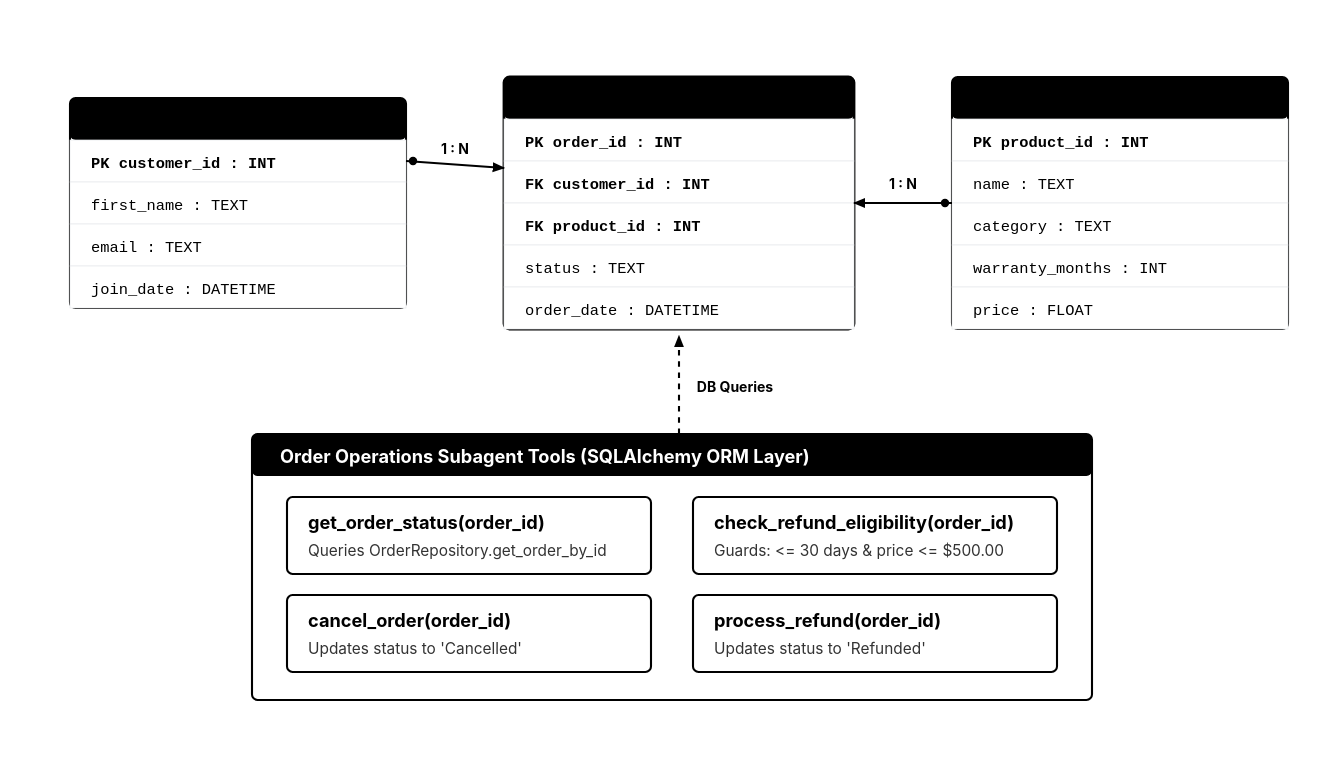
MdSamiulHaque/Multi-Agent-AI-Helpdesk keeps this draw.io diagram as static/database_schema.drawio.svg. Above is the earlier version. Source tidied: cells renumbered, new cells last; positions are measured from the earlier drawing's top-left corner, leaving out a move shared by most shapes.
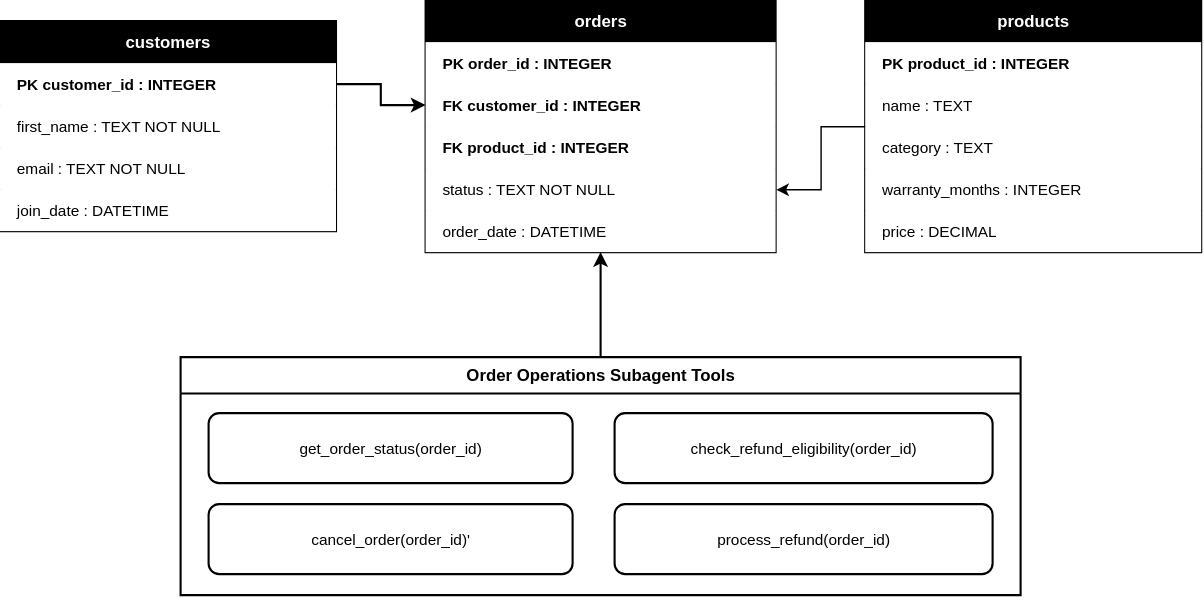
The same diagram one commit later.

What changed in the source:
```diff
@@ -2,80 +2,80 @@
   <root>
     <mxCell id="0" />
     <mxCell id="1" parent="0" />
-    <mxCell id="2" value="&lt;b&gt;customers&lt;/b&gt;" style="swimlane;fontStyle=0;horizontal=1;startSize=30;whiteSpace=wrap;html=1;fillColor=#000000;strokeColor=#000000;strokeWidth=1.5;fontColor=#ffffff;" parent="1" vertex="1">
-      <mxGeometry y="15" width="240" height="150" as="geometry" />
+    <mxCell id="2" value="&lt;b&gt;customers&lt;/b&gt;" style="swimlane;fontStyle=0;horizontal=1;startSize=30;whiteSpace=wrap;html=1;fillColor=#000000;strokeColor=#000000;strokeWidth=1.5;fontColor=#ffffff;fontFamily=Helvetica;" parent="1" vertex="1">
+      <mxGeometry x="340" y="43" width="240" height="150" as="geometry" />
     </mxCell>
-    <mxCell id="3" value="PK  customer_id : INTEGER" style="text;strokeColor=none;fillColor=#ffffff;align=left;verticalAlign=middle;spacingLeft=10;fontStyle=1;fontFamily=Courier New;fontSize=11;fontColor=#000000;" parent="2" vertex="1">
+    <mxCell id="3" value="PK  customer_id : INTEGER" style="text;strokeColor=none;fillColor=#ffffff;align=left;verticalAlign=middle;spacingLeft=10;fontStyle=1;fontFamily=Helvetica;fontSize=11;fontColor=#000000;" parent="2" vertex="1">
       <mxGeometry y="30" width="240" height="30" as="geometry" />
     </mxCell>
-    <mxCell id="4" value="    first_name  : TEXT NOT NULL" style="text;strokeColor=none;fillColor=#ffffff;align=left;verticalAlign=middle;spacingLeft=10;fontFamily=Courier New;fontSize=11;fontColor=#000000;" parent="2" vertex="1">
+    <mxCell id="4" value="    first_name  : TEXT NOT NULL" style="text;strokeColor=none;fillColor=#ffffff;align=left;verticalAlign=middle;spacingLeft=10;fontFamily=Helvetica;fontSize=11;fontColor=#000000;" parent="2" vertex="1">
       <mxGeometry y="60" width="240" height="30" as="geometry" />
     </mxCell>
-    <mxCell id="5" value="    email       : TEXT NOT NULL" style="text;strokeColor=none;fillColor=#ffffff;align=left;verticalAlign=middle;spacingLeft=10;fontFamily=Courier New;fontSize=11;fontColor=#000000;" parent="2" vertex="1">
+    <mxCell id="5" value="    email       : TEXT NOT NULL" style="text;strokeColor=none;fillColor=#ffffff;align=left;verticalAlign=middle;spacingLeft=10;fontFamily=Helvetica;fontSize=11;fontColor=#000000;" parent="2" vertex="1">
       <mxGeometry y="90" width="240" height="30" as="geometry" />
     </mxCell>
-    <mxCell id="6" value="    join_date   : DATETIME" style="text;strokeColor=none;fillColor=#ffffff;align=left;verticalAlign=middle;spacingLeft=10;fontFamily=Courier New;fontSize=11;fontColor=#000000;" parent="2" vertex="1">
+    <mxCell id="6" value="    join_date   : DATETIME" style="text;strokeColor=none;fillColor=#ffffff;align=left;verticalAlign=middle;spacingLeft=10;fontFamily=Helvetica;fontSize=11;fontColor=#000000;" parent="2" vertex="1">
       <mxGeometry y="120" width="240" height="30" as="geometry" />
     </mxCell>
-    <mxCell id="7" value="&lt;b&gt;orders&lt;/b&gt;" style="swimlane;fontStyle=0;horizontal=1;startSize=30;whiteSpace=wrap;html=1;fillColor=#000000;strokeColor=#000000;strokeWidth=1.5;fontColor=#ffffff;" parent="1" vertex="1">
-      <mxGeometry x="310" width="250" height="180" as="geometry" />
+    <mxCell id="7" value="&lt;b&gt;orders&lt;/b&gt;" style="swimlane;fontStyle=0;horizontal=1;startSize=30;whiteSpace=wrap;html=1;fillColor=#000000;strokeColor=#000000;strokeWidth=1.5;fontColor=#ffffff;fontFamily=Helvetica;" parent="1" vertex="1">
+      <mxGeometry x="644" y="28" width="250" height="180" as="geometry" />
     </mxCell>
-    <mxCell id="8" value="PK  order_id    : INTEGER" style="text;strokeColor=none;fillColor=#ffffff;align=left;verticalAlign=middle;spacingLeft=10;fontStyle=1;fontFamily=Courier New;fontSize=11;fontColor=#000000;" parent="7" vertex="1">
+    <mxCell id="8" value="PK  order_id    : INTEGER" style="text;strokeColor=none;fillColor=#ffffff;align=left;verticalAlign=middle;spacingLeft=10;fontStyle=1;fontFamily=Helvetica;fontSize=11;fontColor=#000000;" parent="7" vertex="1">
       <mxGeometry y="30" width="250" height="30" as="geometry" />
     </mxCell>
-    <mxCell id="9" value="FK  customer_id : INTEGER" style="text;strokeColor=none;fillColor=#ffffff;align=left;verticalAlign=middle;spacingLeft=10;fontFamily=Courier New;fontSize=11;fontStyle=1;fontColor=#000000;" parent="7" vertex="1">
+    <mxCell id="9" value="FK  customer_id : INTEGER" style="text;strokeColor=none;fillColor=#ffffff;align=left;verticalAlign=middle;spacingLeft=10;fontFamily=Helvetica;fontSize=11;fontStyle=1;fontColor=#000000;" parent="7" vertex="1">
       <mxGeometry y="60" width="250" height="30" as="geometry" />
     </mxCell>
-    <mxCell id="10" value="FK  product_id  : INTEGER" style="text;strokeColor=none;fillColor=#ffffff;align=left;verticalAlign=middle;spacingLeft=10;fontFamily=Courier New;fontSize=11;fontStyle=1;fontColor=#000000;" parent="7" vertex="1">
+    <mxCell id="10" value="FK  product_id  : INTEGER" style="text;strokeColor=none;fillColor=#ffffff;align=left;verticalAlign=middle;spacingLeft=10;fontFamily=Helvetica;fontSize=11;fontStyle=1;fontColor=#000000;" parent="7" vertex="1">
       <mxGeometry y="90" width="250" height="30" as="geometry" />
     </mxCell>
-    <mxCell id="11" value="    status      : TEXT NOT NULL" style="text;strokeColor=none;fillColor=#ffffff;align=left;verticalAlign=middle;spacingLeft=10;fontFamily=Courier New;fontSize=11;fontColor=#000000;" parent="7" vertex="1">
+    <mxCell id="11" value="    status      : TEXT NOT NULL" style="text;strokeColor=none;fillColor=#ffffff;align=left;verticalAlign=middle;spacingLeft=10;fontFamily=Helvetica;fontSize=11;fontColor=#000000;" parent="7" vertex="1">
       <mxGeometry y="120" width="250" height="30" as="geometry" />
     </mxCell>
-    <mxCell id="12" value="    order_date  : DATETIME" style="text;strokeColor=none;fillColor=#ffffff;align=left;verticalAlign=middle;spacingLeft=10;fontFamily=Courier New;fontSize=11;fontColor=#000000;" parent="7" vertex="1">
+    <mxCell id="12" value="    order_date  : DATETIME" style="text;strokeColor=none;fillColor=#ffffff;align=left;verticalAlign=middle;spacingLeft=10;fontFamily=Helvetica;fontSize=11;fontColor=#000000;" parent="7" vertex="1">
       <mxGeometry y="150" width="250" height="30" as="geometry" />
     </mxCell>
+    <mxCell id="27" style="edgeStyle=orthogonalEdgeStyle;rounded=0;jettySize=auto;html=1;defaultLabelBackgroundColor=page;fontFamily=Helvetica;" parent="1" edge="1" source="13" target="11">
+      <mxGeometry relative="1" as="geometry" />
+    </mxCell>
-    <mxCell id="13" value="&lt;b&gt;products&lt;/b&gt;" style="swimlane;fontStyle=0;horizontal=1;startSize=30;whiteSpace=wrap;html=1;fillColor=#000000;strokeColor=#000000;strokeWidth=1.5;fontColor=#ffffff;" parent="1" vertex="1">
-      <mxGeometry x="630" width="240" height="180" as="geometry" />
+    <mxCell id="13" value="&lt;b&gt;products&lt;/b&gt;" style="swimlane;fontStyle=0;horizontal=1;startSize=30;whiteSpace=wrap;html=1;fillColor=#000000;strokeColor=#000000;strokeWidth=1.5;fontColor=#ffffff;fontFamily=Helvetica;" parent="1" vertex="1">
+      <mxGeometry x="958" y="28" width="240" height="180" as="geometry" />
     </mxCell>
-    <mxCell id="14" value="PK  product_id      : INTEGER" style="text;strokeColor=none;fillColor=#ffffff;align=left;verticalAlign=middle;spacingLeft=10;fontStyle=1;fontFamily=Courier New;fontSize=11;fontColor=#000000;" parent="13" vertex="1">
+    <mxCell id="14" value="PK  product_id      : INTEGER" style="text;strokeColor=none;fillColor=#ffffff;align=left;verticalAlign=middle;spacingLeft=10;fontStyle=1;fontFamily=Helvetica;fontSize=11;fontColor=#000000;" parent="13" vertex="1">
       <mxGeometry y="30" width="240" height="30" as="geometry" />
     </mxCell>
-    <mxCell id="15" value="    name            : TEXT" style="text;strokeColor=none;fillColor=#ffffff;align=left;verticalAlign=middle;spacingLeft=10;fontFamily=Courier New;fontSize=11;fontColor=#000000;" parent="13" vertex="1">
+    <mxCell id="15" value="    name            : TEXT" style="text;strokeColor=none;fillColor=#ffffff;align=left;verticalAlign=middle;spacingLeft=10;fontFamily=Helvetica;fontSize=11;fontColor=#000000;" parent="13" vertex="1">
       <mxGeometry y="60" width="240" height="30" as="geometry" />
     </mxCell>
-    <mxCell id="16" value="    category        : TEXT" style="text;strokeColor=none;fillColor=#ffffff;align=left;verticalAlign=middle;spacingLeft=10;fontFamily=Courier New;fontSize=11;fontColor=#000000;" parent="13" vertex="1">
+    <mxCell id="16" value="    category        : TEXT" style="text;strokeColor=none;fillColor=#ffffff;align=left;verticalAlign=middle;spacingLeft=10;fontFamily=Helvetica;fontSize=11;fontColor=#000000;" parent="13" vertex="1">
       <mxGeometry y="90" width="240" height="30" as="geometry" />
     </mxCell>
-    <mxCell id="17" value="    warranty_months : INTEGER" style="text;strokeColor=none;fillColor=#ffffff;align=left;verticalAlign=middle;spacingLeft=10;fontFamily=Courier New;fontSize=11;fontColor=#000000;" parent="13" vertex="1">
+    <mxCell id="17" value="    warranty_months : INTEGER" style="text;strokeColor=none;fillColor=#ffffff;align=left;verticalAlign=middle;spacingLeft=10;fontFamily=Helvetica;fontSize=11;fontColor=#000000;" parent="13" vertex="1">
       <mxGeometry y="120" width="240" height="30" as="geometry" />
     </mxCell>
-    <mxCell id="18" value="    price           : DECIMAL" style="text;strokeColor=none;fillColor=#ffffff;align=left;verticalAlign=middle;spacingLeft=10;fontFamily=Courier New;fontSize=11;fontColor=#000000;" parent="13" vertex="1">
+    <mxCell id="18" value="    price           : DECIMAL" style="text;strokeColor=none;fillColor=#ffffff;align=left;verticalAlign=middle;spacingLeft=10;fontFamily=Helvetica;fontSize=11;fontColor=#000000;" parent="13" vertex="1">
       <mxGeometry y="150" width="240" height="30" as="geometry" />
     </mxCell>
-    <mxCell id="19" style="edgeStyle=orthogonalEdgeStyle;rounded=0;html=1;strokeColor=#000000;strokeWidth=1.5;endArrow=classic;" parent="1" edge="1" source="3" target="9">
+    <mxCell id="19" style="edgeStyle=orthogonalEdgeStyle;rounded=0;html=1;strokeColor=#000000;strokeWidth=1.5;endArrow=classic;fontFamily=Helvetica;" parent="1" edge="1" source="3" target="9">
       <mxGeometry relative="1" as="geometry" />
     </mxCell>
-    <mxCell id="20" style="edgeStyle=orthogonalEdgeStyle;rounded=0;html=1;strokeColor=#000000;strokeWidth=1.5;endArrow=classic;" parent="1" edge="1" source="14" target="10">
-      <mxGeometry relative="1" as="geometry" />
-    </mxCell>
-    <mxCell id="21" value="Order Operations Subagent Tools (SQLAlchemy ORM)" style="swimlane;whiteSpace=wrap;html=1;fillColor=#ffffff;strokeColor=#000000;strokeWidth=1.5;startSize=26;fontStyle=1;fontSize=12;" parent="1" vertex="1">
-      <mxGeometry x="130" y="255" width="600" height="170" as="geometry" />
-    </mxCell>
-    <mxCell id="22" value="get_order_status(order_id)&lt;br&gt;Reads current order status" style="rounded=1;whiteSpace=wrap;html=1;fillColor=#ffffff;strokeColor=#000000;strokeWidth=1.5;fontSize=11;" parent="21" vertex="1">
-      <mxGeometry x="20" y="40" width="260" height="50" as="geometry" />
-    </mxCell>
-    <mxCell id="23" value="check_refund_eligibility(order_id)&lt;br&gt;Guards: 30-day window &amp;amp; $500 threshold" style="rounded=1;whiteSpace=wrap;html=1;fillColor=#ffffff;strokeColor=#000000;strokeWidth=1.5;fontSize=11;" parent="21" vertex="1">
-      <mxGeometry x="310" y="40" width="270" height="50" as="geometry" />
-    </mxCell>
-    <mxCell id="24" value="cancel_order(order_id)&lt;br&gt;Sets status to 'Cancelled'" style="rounded=1;whiteSpace=wrap;html=1;fillColor=#ffffff;strokeColor=#000000;strokeWidth=1.5;fontSize=11;" parent="21" vertex="1">
-      <mxGeometry x="20" y="105" width="260" height="50" as="geometry" />
-    </mxCell>
-    <mxCell id="25" value="process_refund(order_id)&lt;br&gt;Sets status to 'Refunded'" style="rounded=1;whiteSpace=wrap;html=1;fillColor=#ffffff;strokeColor=#000000;strokeWidth=1.5;fontSize=11;" parent="21" vertex="1">
-      <mxGeometry x="310" y="105" width="270" height="50" as="geometry" />
-    </mxCell>
-    <mxCell id="26" style="edgeStyle=orthogonalEdgeStyle;rounded=0;html=1;strokeColor=#000000;strokeWidth=1.5;strokeDasharray=4 4;endArrow=classic;" parent="1" edge="1" source="21" target="7">
-      <mxGeometry relative="1" as="geometry" />
-    </mxCell>
+    <mxCell id="28" value="Order Operations Subagent Tools" style="swimlane;whiteSpace=wrap;html=1;fillColor=#ffffff;strokeColor=#000000;strokeWidth=1.5;startSize=26;fontStyle=1;fontSize=12;fontFamily=Helvetica;" parent="1" vertex="1">
+      <mxGeometry x="469" y="283" width="600" height="170" as="geometry" />
+    </mxCell>
+    <mxCell id="29" value="get_order_status(order_id)" style="rounded=1;whiteSpace=wrap;html=1;fillColor=#ffffff;strokeColor=#000000;strokeWidth=1.5;fontSize=11;fontFamily=Helvetica;" parent="28" vertex="1">
+      <mxGeometry x="20" y="40" width="260" height="50" as="geometry" />
+    </mxCell>
+    <mxCell id="30" value="check_refund_eligibility(order_id)" style="rounded=1;whiteSpace=wrap;html=1;fillColor=#ffffff;strokeColor=#000000;strokeWidth=1.5;fontSize=11;fontFamily=Helvetica;" parent="28" vertex="1">
+      <mxGeometry x="310" y="40" width="270" height="50" as="geometry" />
+    </mxCell>
+    <mxCell id="31" value="cancel_order(order_id)'" style="rounded=1;whiteSpace=wrap;html=1;fillColor=#ffffff;strokeColor=#000000;strokeWidth=1.5;fontSize=11;fontFamily=Helvetica;" parent="28" vertex="1">
+      <mxGeometry x="20" y="105" width="260" height="50" as="geometry" />
+    </mxCell>
+    <mxCell id="32" value="process_refund(order_id)" style="rounded=1;whiteSpace=wrap;html=1;fillColor=#ffffff;strokeColor=#000000;strokeWidth=1.5;fontSize=11;fontFamily=Helvetica;" parent="28" vertex="1">
+      <mxGeometry x="310" y="105" width="270" height="50" as="geometry" />
+    </mxCell>
+    <mxCell id="33" style="edgeStyle=orthogonalEdgeStyle;rounded=0;html=1;strokeColor=#000000;strokeWidth=1.5;strokeDasharray=4 4;endArrow=classic;fontFamily=Helvetica;" parent="1" edge="1" source="28" target="7">
+      <mxGeometry relative="1" as="geometry" />
+    </mxCell>
   </root>
 </mxGraphModel>
```
